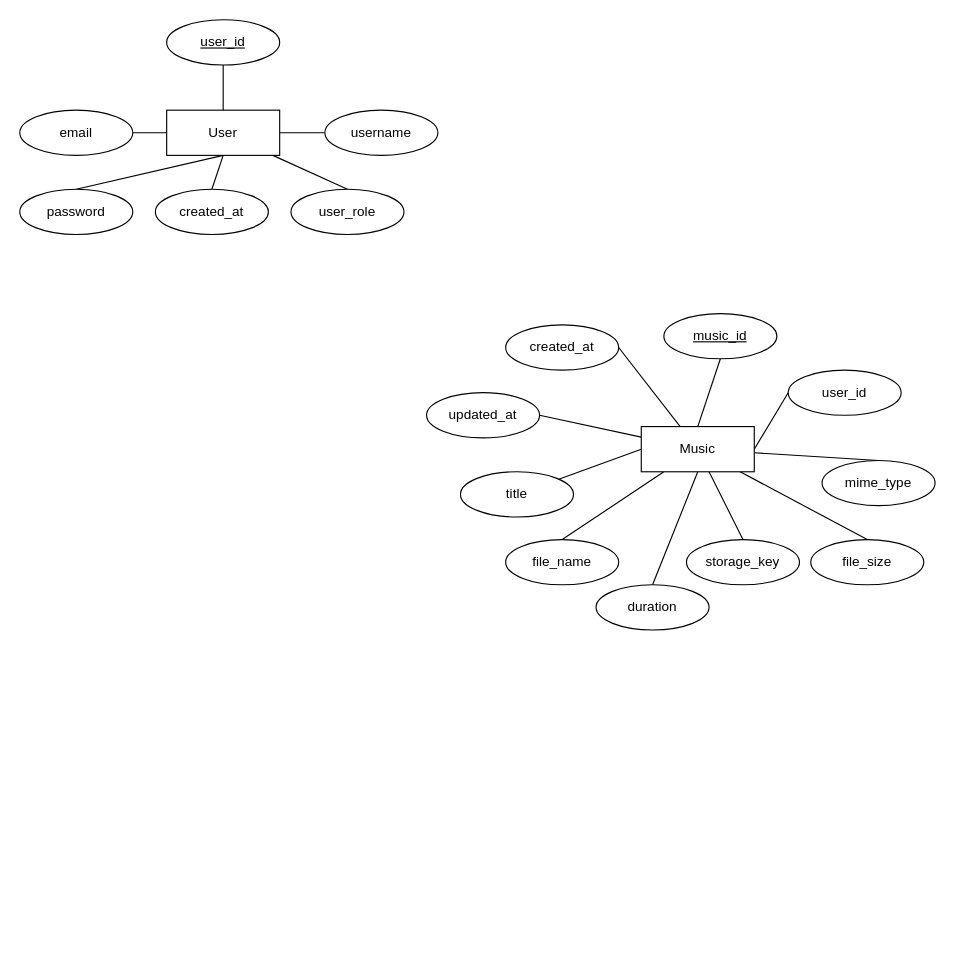
Above: erd.drawio in thomas1854/musicapi (draw.io), before the change. Source tidied: cells renumbered, new cells numbered last; positions are measured from the earlier drawing's top-left corner, leaving out a move shared by most shapes. Both pictures are drawn from the tidied source at 113%, with x=0, y=0 at pixel (19, 19).
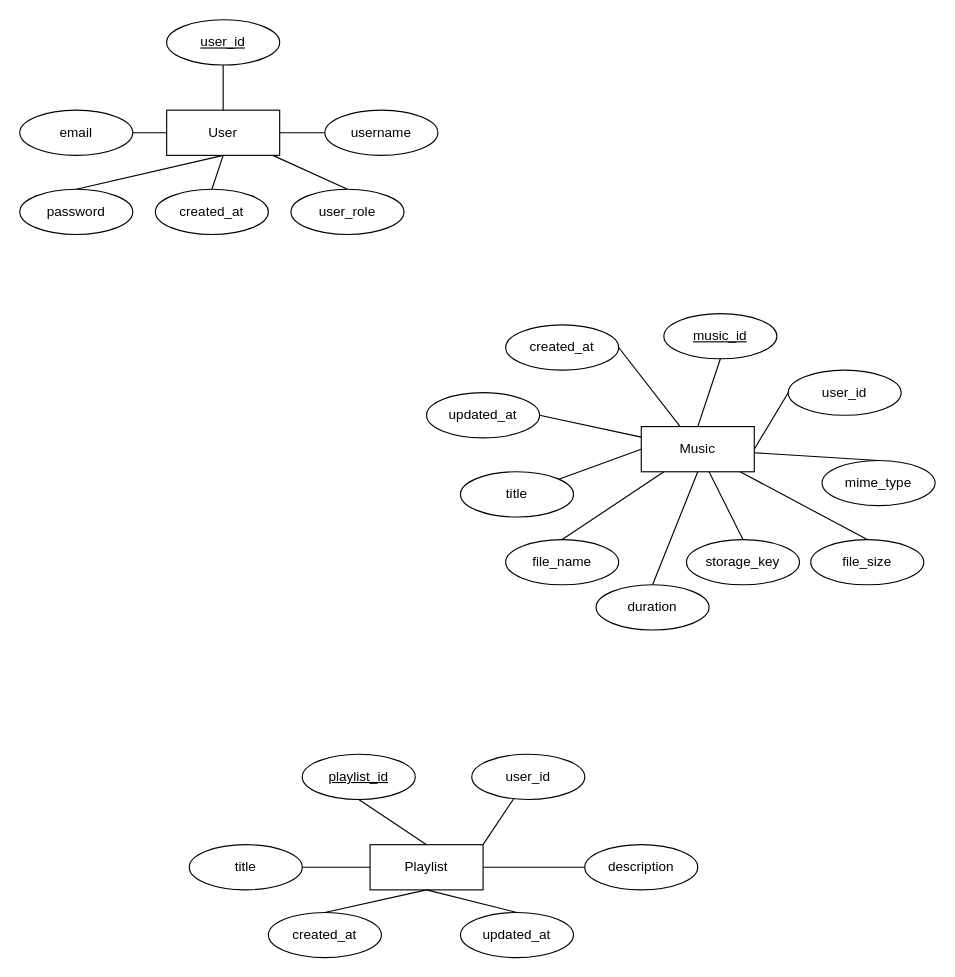
The same page after the edit.

Commit message (it also covers changes not shown here):
feat: add playlist CRUD endpoints and services refactor: rename music table to musics fix: improve response messages

What changed in the source:
```diff
@@
+    <mxCell id="36" style="rounded=0;jettySize=auto;html=1;exitX=1;exitY=0.5;exitDx=0;exitDy=0;entryX=0;entryY=0.5;entryDx=0;entryDy=0;endArrow=none;endFill=0;" parent="1" edge="1" source="39" target="41">
+      <mxGeometry relative="1" as="geometry" />
+    </mxCell>
+    <mxCell id="37" style="rounded=0;jettySize=auto;html=1;exitX=0;exitY=0.5;exitDx=0;exitDy=0;endArrow=none;endFill=0;" parent="1" edge="1" source="39" target="42">
+      <mxGeometry relative="1" as="geometry" />
+    </mxCell>
+    <mxCell id="38" style="rounded=0;jettySize=auto;html=1;exitX=0.5;exitY=1;exitDx=0;exitDy=0;entryX=0.5;entryY=0;entryDx=0;entryDy=0;endArrow=none;endFill=0;" parent="1" edge="1" source="39" target="44">
+      <mxGeometry relative="1" as="geometry" />
+    </mxCell>
+    <mxCell id="39" value="Playlist" style="whiteSpace=wrap;html=1;align=center;" parent="1" vertex="1">
+      <mxGeometry x="310" y="730" width="100" height="40" as="geometry" />
+    </mxCell>
+    <mxCell id="40" value="playlist_id" style="ellipse;whiteSpace=wrap;html=1;align=center;fontStyle=4;" parent="1" vertex="1">
+      <mxGeometry x="250" y="650" width="100" height="40" as="geometry" />
+    </mxCell>
+    <mxCell id="41" value="&lt;p&gt;description&lt;/p&gt;" style="ellipse;whiteSpace=wrap;html=1;align=center;fontStyle=0;" parent="1" vertex="1">
+      <mxGeometry x="500" y="730" width="100" height="40" as="geometry" />
+    </mxCell>
+    <mxCell id="42" value="title" style="ellipse;whiteSpace=wrap;html=1;align=center;" parent="1" vertex="1">
+      <mxGeometry x="150" y="730" width="100" height="40" as="geometry" />
+    </mxCell>
+    <mxCell id="43" style="rounded=0;jettySize=auto;html=1;exitX=0.5;exitY=0;exitDx=0;exitDy=0;entryX=0.5;entryY=1;entryDx=0;entryDy=0;endArrow=none;endFill=0;" parent="1" edge="1" source="39" target="40">
+      <mxGeometry relative="1" as="geometry" />
+    </mxCell>
+    <mxCell id="44" value="created_at" style="ellipse;whiteSpace=wrap;html=1;align=center;" parent="1" vertex="1">
+      <mxGeometry x="220" y="790" width="100" height="40" as="geometry" />
+    </mxCell>
+    <mxCell id="45" style="rounded=0;jettySize=auto;html=1;exitX=0.5;exitY=1;exitDx=0;exitDy=0;entryX=0.5;entryY=0;entryDx=0;entryDy=0;endArrow=none;endFill=0;" parent="1" edge="1" source="39" target="46">
+      <mxGeometry relative="1" as="geometry" />
+    </mxCell>
+    <mxCell id="46" value="updated_at" style="ellipse;whiteSpace=wrap;html=1;align=center;" parent="1" vertex="1">
+      <mxGeometry x="390" y="790" width="100" height="40" as="geometry" />
+    </mxCell>
+    <mxCell id="47" style="rounded=0;jettySize=auto;html=1;entryX=1;entryY=0;entryDx=0;entryDy=0;endArrow=none;endFill=0;" parent="1" edge="1" source="48" target="39">
+      <mxGeometry relative="1" as="geometry" />
+    </mxCell>
+    <mxCell id="48" value="&lt;p&gt;user_id&lt;/p&gt;" style="ellipse;whiteSpace=wrap;html=1;align=center;fontStyle=0;" parent="1" vertex="1">
+      <mxGeometry x="400" y="650" width="100" height="40" as="geometry" />
+    </mxCell>
```
